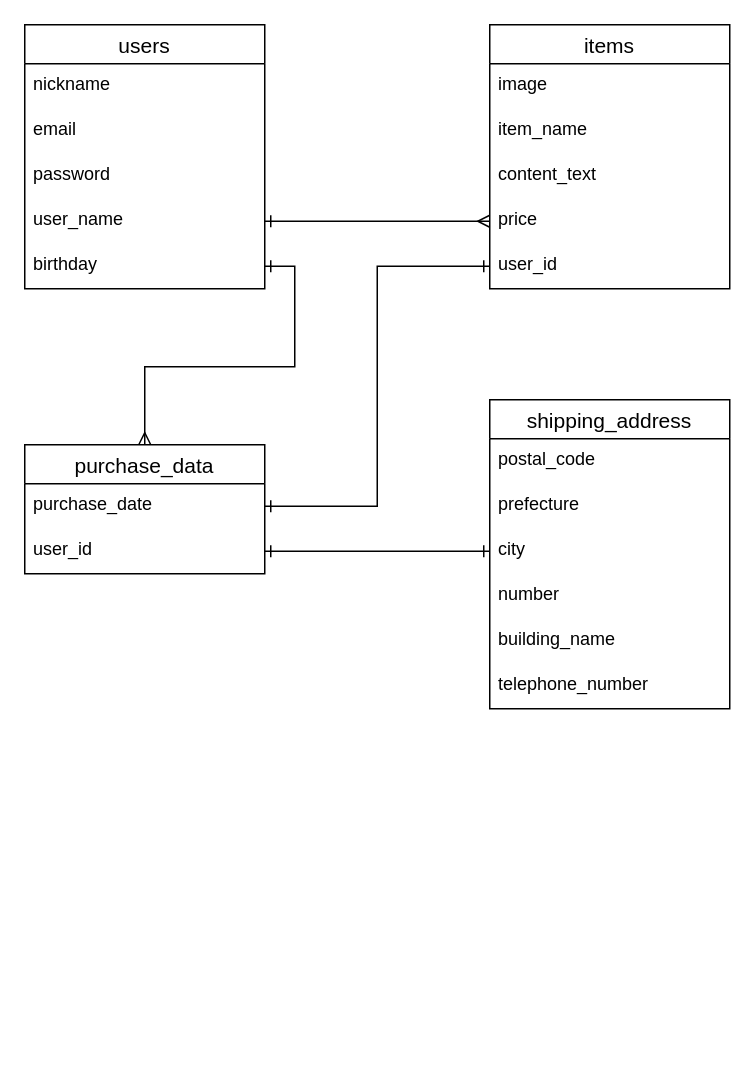
TAKUGOUP/furima-28660 keeps this draw.io diagram as ERzu.dio. Above is the earlier version. Source tidied: cells renumbered, new cells numbered last; positions are measured from the earlier drawing's top-left corner, leaving out a move shared by most shapes. Both pictures are drawn from the tidied source at 150%, with x=0, y=0 at pixel (24, 24).
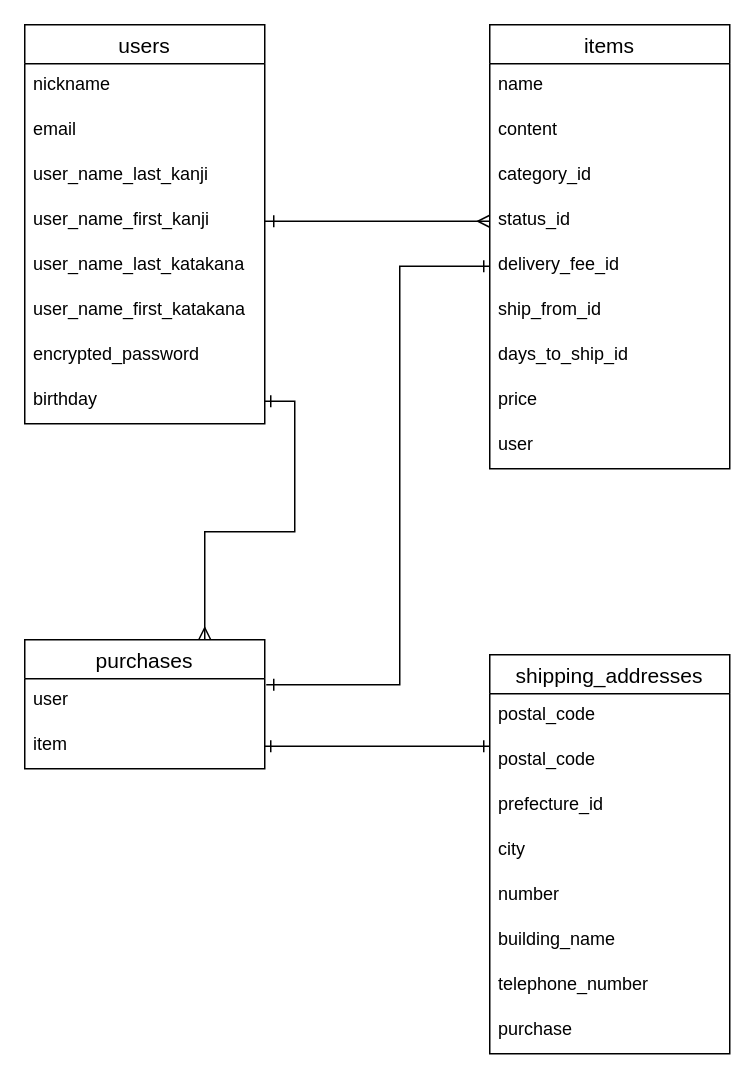
Above is the later version.

Commit message (it also covers changes not shown here):
テーブル設計

The edit, as a diff of the source:
```diff
@@
     <mxCell id="2" value="items" style="swimlane;fontStyle=0;horizontal=1;startSize=26;align=center;fontSize=14;" parent="1" vertex="1">
-      <mxGeometry x="310" width="160" height="176" as="geometry" />
+      <mxGeometry x="310" width="160" height="296" as="geometry" />
     </mxCell>
-    <mxCell id="3" value="image&#10;" style="text;strokeColor=none;fillColor=none;spacingLeft=4;spacingRight=4;overflow=hidden;fontSize=12;" parent="2" vertex="1">
+    <mxCell id="3" value="name" style="text;strokeColor=none;fillColor=none;spacingLeft=4;spacingRight=4;overflow=hidden;fontSize=12;" parent="2" vertex="1">
       <mxGeometry y="26" width="160" height="30" as="geometry" />
     </mxCell>
-    <mxCell id="4" value="item_name" style="text;strokeColor=none;fillColor=none;spacingLeft=4;spacingRight=4;overflow=hidden;fontSize=12;" parent="2" vertex="1">
+    <mxCell id="4" value="content" style="text;strokeColor=none;fillColor=none;spacingLeft=4;spacingRight=4;overflow=hidden;fontSize=12;" parent="2" vertex="1">
       <mxGeometry y="56" width="160" height="30" as="geometry" />
     </mxCell>
-    <mxCell id="5" value="content_text" style="text;strokeColor=none;fillColor=none;spacingLeft=4;spacingRight=4;overflow=hidden;fontSize=12;" parent="2" vertex="1">
+    <mxCell id="5" value="category_id" style="text;strokeColor=none;fillColor=none;spacingLeft=4;spacingRight=4;overflow=hidden;fontSize=12;" parent="2" vertex="1">
       <mxGeometry y="86" width="160" height="30" as="geometry" />
     </mxCell>
-    <mxCell id="6" value="price" style="text;strokeColor=none;fillColor=none;spacingLeft=4;spacingRight=4;overflow=hidden;points=[[0,0.5],[1,0.5]];portConstraint=eastwest;fontSize=12;" parent="2" vertex="1">
+    <mxCell id="6" value="status_id" style="text;strokeColor=none;fillColor=none;spacingLeft=4;spacingRight=4;overflow=hidden;points=[[0,0.5],[1,0.5]];portConstraint=eastwest;fontSize=12;" parent="2" vertex="1">
       <mxGeometry y="116" width="160" height="30" as="geometry" />
     </mxCell>
-    <mxCell id="7" value="user_id" style="text;strokeColor=none;fillColor=none;spacingLeft=4;spacingRight=4;overflow=hidden;points=[[0,0.5],[1,0.5]];portConstraint=eastwest;fontSize=12;" parent="2" vertex="1">
+    <mxCell id="7" value="delivery_fee_id" style="text;strokeColor=none;fillColor=none;spacingLeft=4;spacingRight=4;overflow=hidden;points=[[0,0.5],[1,0.5]];portConstraint=eastwest;fontSize=12;" parent="2" vertex="1">
       <mxGeometry y="146" width="160" height="30" as="geometry" />
     </mxCell>
+    <mxCell id="28" value="ship_from_id" style="text;strokeColor=none;fillColor=none;spacingLeft=4;spacingRight=4;overflow=hidden;fontSize=12;" parent="2" vertex="1">
+      <mxGeometry y="176" width="160" height="30" as="geometry" />
+    </mxCell>
+    <mxCell id="29" value="days_to_ship_id&#10;" style="text;strokeColor=none;fillColor=none;spacingLeft=4;spacingRight=4;overflow=hidden;fontSize=12;" parent="2" vertex="1">
+      <mxGeometry y="206" width="160" height="30" as="geometry" />
+    </mxCell>
+    <mxCell id="30" value="price&#10;" style="text;strokeColor=none;fillColor=none;spacingLeft=4;spacingRight=4;overflow=hidden;fontSize=12;" parent="2" vertex="1">
+      <mxGeometry y="236" width="160" height="30" as="geometry" />
+    </mxCell>
+    <mxCell id="31" value="user" style="text;strokeColor=none;fillColor=none;spacingLeft=4;spacingRight=4;overflow=hidden;fontSize=12;" parent="2" vertex="1">
+      <mxGeometry y="266" width="160" height="30" as="geometry" />
+    </mxCell>
     <mxCell id="8" value="users" style="swimlane;fontStyle=0;horizontal=1;startSize=26;align=center;fontSize=14;" parent="1" vertex="1">
-      <mxGeometry width="160" height="176" as="geometry" />
+      <mxGeometry width="160" height="266" as="geometry" />
     </mxCell>
@@
-    <mxCell id="11" value="password" style="text;strokeColor=none;fillColor=none;spacingLeft=4;spacingRight=4;overflow=hidden;fontSize=12;" parent="8" vertex="1">
+    <mxCell id="11" value="user_name_last_kanji" style="text;strokeColor=none;fillColor=none;spacingLeft=4;spacingRight=4;overflow=hidden;fontSize=12;" parent="8" vertex="1">
       <mxGeometry y="86" width="160" height="30" as="geometry" />
     </mxCell>
+    <mxCell id="32" value="user_name_first_kanji" style="text;strokeColor=none;fillColor=none;spacingLeft=4;spacingRight=4;overflow=hidden;fontSize=12;" parent="8" vertex="1">
+      <mxGeometry y="116" width="160" height="30" as="geometry" />
+    </mxCell>
+    <mxCell id="33" value="user_name_last_katakana" style="text;strokeColor=none;fillColor=none;spacingLeft=4;spacingRight=4;overflow=hidden;fontSize=12;" parent="8" vertex="1">
+      <mxGeometry y="146" width="160" height="30" as="geometry" />
+    </mxCell>
-    <mxCell id="12" value="user_name" style="text;strokeColor=none;fillColor=none;spacingLeft=4;spacingRight=4;overflow=hidden;points=[[0,0.5],[1,0.5]];portConstraint=eastwest;fontSize=12;" parent="8" vertex="1">
-      <mxGeometry y="116" width="160" height="30" as="geometry" />
+    <mxCell id="12" value="user_name_first_katakana" style="text;strokeColor=none;fillColor=none;spacingLeft=4;spacingRight=4;overflow=hidden;points=[[0,0.5],[1,0.5]];portConstraint=eastwest;fontSize=12;" parent="8" vertex="1">
+      <mxGeometry y="176" width="160" height="30" as="geometry" />
     </mxCell>
+    <mxCell id="34" value="encrypted_password" style="text;strokeColor=none;fillColor=none;spacingLeft=4;spacingRight=4;overflow=hidden;fontSize=12;" parent="8" vertex="1">
+      <mxGeometry y="206" width="160" height="30" as="geometry" />
+    </mxCell>
     <mxCell id="13" value="birthday" style="text;strokeColor=none;fillColor=none;spacingLeft=4;spacingRight=4;overflow=hidden;points=[[0,0.5],[1,0.5]];portConstraint=eastwest;fontSize=12;" parent="8" vertex="1">
-      <mxGeometry y="146" width="160" height="30" as="geometry" />
+      <mxGeometry y="236" width="160" height="30" as="geometry" />
     </mxCell>
+    <mxCell id="17" style="edgeStyle=orthogonalEdgeStyle;rounded=0;jettySize=auto;html=1;entryX=0;entryY=0.5;entryDx=0;entryDy=0;endArrow=ERmany;endFill=0;startArrow=ERone;startFill=0;" parent="1" edge="1" target="6">
+      <mxGeometry relative="1" as="geometry">
+        <mxPoint x="170" y="131" as="sourcePoint" />
+        <Array as="points">
+          <mxPoint x="160" y="131" />
+        </Array>
+      </mxGeometry>
+    </mxCell>
+    <mxCell id="19" style="edgeStyle=orthogonalEdgeStyle;rounded=0;jettySize=auto;html=1;exitX=0;exitY=0.5;exitDx=0;exitDy=0;startArrow=ERone;startFill=0;endArrow=ERone;endFill=0;" parent="1" edge="1" source="7">
+      <mxGeometry relative="1" as="geometry">
+        <mxPoint x="170" y="440" as="targetPoint" />
+        <Array as="points">
+          <mxPoint x="250" y="161" />
+          <mxPoint x="250" y="440" />
+          <mxPoint x="161" y="440" />
+        </Array>
+      </mxGeometry>
+    </mxCell>
-    <mxCell id="14" value="purchase_data" style="swimlane;fontStyle=0;horizontal=1;startSize=26;align=center;fontSize=14;" parent="1" vertex="1">
-      <mxGeometry y="280" width="160" height="86" as="geometry" />
+    <mxCell id="14" value="purchases" style="swimlane;fontStyle=0;horizontal=1;startSize=26;align=center;fontSize=14;" parent="1" vertex="1">
+      <mxGeometry y="410" width="160" height="86" as="geometry" />
     </mxCell>
-    <mxCell id="15" value="purchase_date&#10;" style="text;strokeColor=none;fillColor=none;spacingLeft=4;spacingRight=4;overflow=hidden;points=[[0,0.5],[1,0.5]];portConstraint=eastwest;fontSize=12;" parent="14" vertex="1">
+    <mxCell id="15" value="user" style="text;strokeColor=none;fillColor=none;spacingLeft=4;spacingRight=4;overflow=hidden;points=[[0,0.5],[1,0.5]];portConstraint=eastwest;fontSize=12;" parent="14" vertex="1">
       <mxGeometry y="26" width="160" height="30" as="geometry" />
     </mxCell>
-    <mxCell id="16" value="user_id" style="text;strokeColor=none;fillColor=none;spacingLeft=4;spacingRight=4;overflow=hidden;points=[[0,0.5],[1,0.5]];portConstraint=eastwest;fontSize=12;" parent="14" vertex="1">
+    <mxCell id="16" value="item" style="text;strokeColor=none;fillColor=none;spacingLeft=4;spacingRight=4;overflow=hidden;points=[[0,0.5],[1,0.5]];portConstraint=eastwest;fontSize=12;" parent="14" vertex="1">
       <mxGeometry y="56" width="160" height="30" as="geometry" />
     </mxCell>
-    <mxCell id="17" style="edgeStyle=orthogonalEdgeStyle;rounded=0;jettySize=auto;html=1;exitX=1;exitY=0.5;exitDx=0;exitDy=0;entryX=0;entryY=0.5;entryDx=0;entryDy=0;endArrow=ERmany;endFill=0;startArrow=ERone;startFill=0;" parent="1" edge="1" source="12" target="6">
-      <mxGeometry relative="1" as="geometry" />
-    </mxCell>
-    <mxCell id="18" style="edgeStyle=orthogonalEdgeStyle;rounded=0;jettySize=auto;html=1;exitX=1;exitY=0.5;exitDx=0;exitDy=0;entryX=0.5;entryY=0;entryDx=0;entryDy=0;startArrow=ERone;startFill=0;endArrow=ERmany;endFill=0;" parent="1" edge="1" source="13" target="14">
-      <mxGeometry relative="1" as="geometry" />
-    </mxCell>
-    <mxCell id="19" style="edgeStyle=orthogonalEdgeStyle;rounded=0;jettySize=auto;html=1;exitX=0;exitY=0.5;exitDx=0;exitDy=0;entryX=1;entryY=0.5;entryDx=0;entryDy=0;startArrow=ERone;startFill=0;endArrow=ERone;endFill=0;" parent="1" edge="1" source="7" target="15">
-      <mxGeometry relative="1" as="geometry" />
-    </mxCell>
-    <mxCell id="20" value="shipping_address" style="swimlane;fontStyle=0;horizontal=1;startSize=26;align=center;fontSize=14;" parent="1" vertex="1">
-      <mxGeometry x="310" y="250" width="160" height="206" as="geometry" />
+    <mxCell id="20" value="shipping_addresses" style="swimlane;fontStyle=0;horizontal=1;startSize=26;align=center;fontSize=14;" parent="1" vertex="1">
+      <mxGeometry x="310" y="420" width="160" height="266" as="geometry" />
     </mxCell>
+    <mxCell id="35" value="postal_code" style="text;strokeColor=none;fillColor=none;spacingLeft=4;spacingRight=4;overflow=hidden;fontSize=12;" parent="20" vertex="1">
+      <mxGeometry y="26" width="160" height="30" as="geometry" />
+    </mxCell>
     <mxCell id="21" value="postal_code" style="text;strokeColor=none;fillColor=none;spacingLeft=4;spacingRight=4;overflow=hidden;points=[[0,0.5],[1,0.5]];portConstraint=eastwest;fontSize=12;" parent="20" vertex="1">
-      <mxGeometry y="26" width="160" height="30" as="geometry" />
+      <mxGeometry y="56" width="160" height="30" as="geometry" />
     </mxCell>
-    <mxCell id="22" value="prefecture" style="text;strokeColor=none;fillColor=none;spacingLeft=4;spacingRight=4;overflow=hidden;fontSize=12;" parent="20" vertex="1">
-      <mxGeometry y="56" width="160" height="30" as="geometry" />
+    <mxCell id="22" value="prefecture_id" style="text;strokeColor=none;fillColor=none;spacingLeft=4;spacingRight=4;overflow=hidden;fontSize=12;" parent="20" vertex="1">
+      <mxGeometry y="86" width="160" height="30" as="geometry" />
     </mxCell>
     <mxCell id="23" value="city" style="text;strokeColor=none;fillColor=none;spacingLeft=4;spacingRight=4;overflow=hidden;points=[[0,0.5],[1,0.5]];portConstraint=eastwest;fontSize=12;" parent="20" vertex="1">
-      <mxGeometry y="86" width="160" height="30" as="geometry" />
+      <mxGeometry y="116" width="160" height="30" as="geometry" />
     </mxCell>
     <mxCell id="24" value="number" style="text;strokeColor=none;fillColor=none;spacingLeft=4;spacingRight=4;overflow=hidden;fontSize=12;" parent="20" vertex="1">
-      <mxGeometry y="116" width="160" height="30" as="geometry" />
+      <mxGeometry y="146" width="160" height="30" as="geometry" />
     </mxCell>
     <mxCell id="25" value="building_name" style="text;strokeColor=none;fillColor=none;spacingLeft=4;spacingRight=4;overflow=hidden;fontSize=12;" parent="20" vertex="1">
-      <mxGeometry y="146" width="160" height="30" as="geometry" />
+      <mxGeometry y="176" width="160" height="30" as="geometry" />
     </mxCell>
     <mxCell id="26" value="telephone_number" style="text;strokeColor=none;fillColor=none;spacingLeft=4;spacingRight=4;overflow=hidden;fontSize=12;" parent="20" vertex="1">
-      <mxGeometry y="176" width="160" height="30" as="geometry" />
+      <mxGeometry y="206" width="160" height="30" as="geometry" />
     </mxCell>
-    <mxCell id="27" style="edgeStyle=orthogonalEdgeStyle;rounded=0;jettySize=auto;html=1;exitX=1;exitY=0.5;exitDx=0;exitDy=0;entryX=0;entryY=0.5;entryDx=0;entryDy=0;startArrow=ERone;startFill=0;endArrow=ERone;endFill=0;" parent="1" edge="1" source="16" target="23">
-      <mxGeometry relative="1" as="geometry" />
-    </mxCell>
+    <mxCell id="36" value="purchase" style="text;strokeColor=none;fillColor=none;spacingLeft=4;spacingRight=4;overflow=hidden;fontSize=12;" parent="20" vertex="1">
+      <mxGeometry y="236" width="160" height="30" as="geometry" />
+    </mxCell>
+    <mxCell id="37" style="edgeStyle=orthogonalEdgeStyle;jettySize=auto;html=1;exitX=1;exitY=0.5;exitDx=0;exitDy=0;entryX=-0.006;entryY=0.18;entryDx=0;entryDy=0;entryPerimeter=0;fontSize=12;align=left;verticalAlign=top;strokeColor=none;spacingLeft=4;spacingRight=4;endArrow=ERone;endFill=0;" parent="1" edge="1" source="16" target="21">
+      <mxGeometry relative="1" as="geometry" />
+    </mxCell>
+    <mxCell id="38" style="edgeStyle=orthogonalEdgeStyle;rounded=0;jettySize=auto;html=1;exitX=1;exitY=0.5;exitDx=0;exitDy=0;endArrow=ERone;endFill=0;startArrow=ERone;startFill=0;" parent="1" edge="1" source="16">
+      <mxGeometry relative="1" as="geometry">
+        <mxPoint x="310" y="481" as="targetPoint" />
+      </mxGeometry>
+    </mxCell>
+    <mxCell id="18" style="edgeStyle=orthogonalEdgeStyle;rounded=0;jettySize=auto;html=1;exitX=1;exitY=0.5;exitDx=0;exitDy=0;entryX=0.75;entryY=0;entryDx=0;entryDy=0;startArrow=ERone;startFill=0;endArrow=ERmany;endFill=0;" parent="1" edge="1" source="13" target="14">
+      <mxGeometry relative="1" as="geometry" />
+    </mxCell>
```
